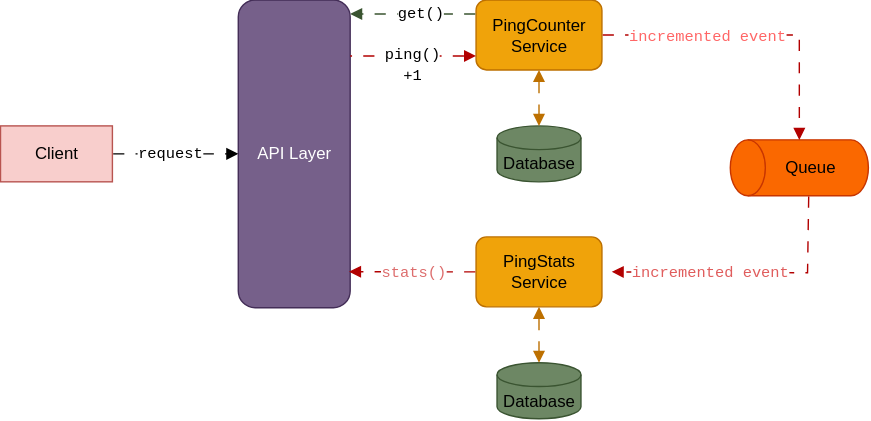
Earlier version of the draw.io export slides/images/app-overview.svg (techteammindx/mindx-service-essentials). Source tidied: cells renumbered, new cells last; positions are measured from the earlier drawing's top-left corner, leaving out a move shared by most shapes.
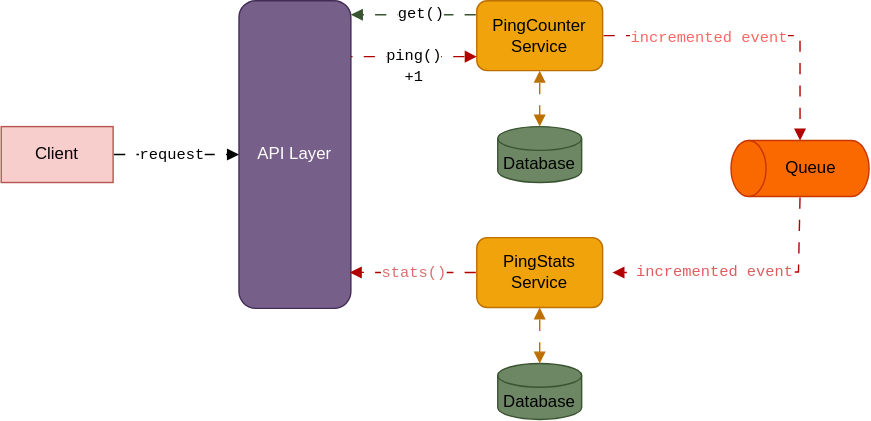
Above is the later version.

Commit message:
docs: corect app overview arrow

Diff of the diagram source:
```diff
@@ -20,12 +20,11 @@
     <mxCell id="7" value="&lt;span style=&quot;color: rgb(255, 102, 102); font-family: &amp;quot;Courier New&amp;quot;;&quot;&gt;incremented event&lt;/span&gt;" style="edgeLabel;html=1;align=center;verticalAlign=middle;" parent="6" vertex="1">
       <mxGeometry x="-0.3" y="-1" relative="1" as="geometry" />
     </mxCell>
-    <mxCell id="8" value="&lt;span style=&quot;color: rgb(224, 93, 93); font-family: &amp;quot;Courier New&amp;quot;;&quot;&gt;incremented event&lt;/span&gt;" style="endArrow=block;html=1;rounded=0;endFill=1;entryX=1;entryY=0.5;entryDx=0;entryDy=0;flowAnimation=1;fillColor=#e51400;strokeColor=#B20000;" parent="1" edge="1">
-      <mxGeometry x="0.28" relative="1" as="geometry">
-        <mxPoint x="577.8" y="140" as="sourcePoint" />
+    <mxCell id="8" value="&lt;span style=&quot;color: rgb(224, 93, 93); font-family: &amp;quot;Courier New&amp;quot;;&quot;&gt;incremented event&lt;/span&gt;" style="endArrow=block;html=1;rounded=0;endFill=1;entryX=1;entryY=0.5;entryDx=0;entryDy=0;flowAnimation=1;fillColor=#e51400;strokeColor=#B20000;exitX=0;exitY=0.5;exitDx=0;exitDy=0;exitPerimeter=0;" parent="1" edge="1" source="5">
+      <mxGeometry x="0.22" relative="1" as="geometry">
         <mxPoint x="437" y="194.4" as="targetPoint" />
         <Array as="points">
-          <mxPoint x="577" y="195" />
+          <mxPoint x="570" y="194" />
         </Array>
       </mxGeometry>
     </mxCell>
```
